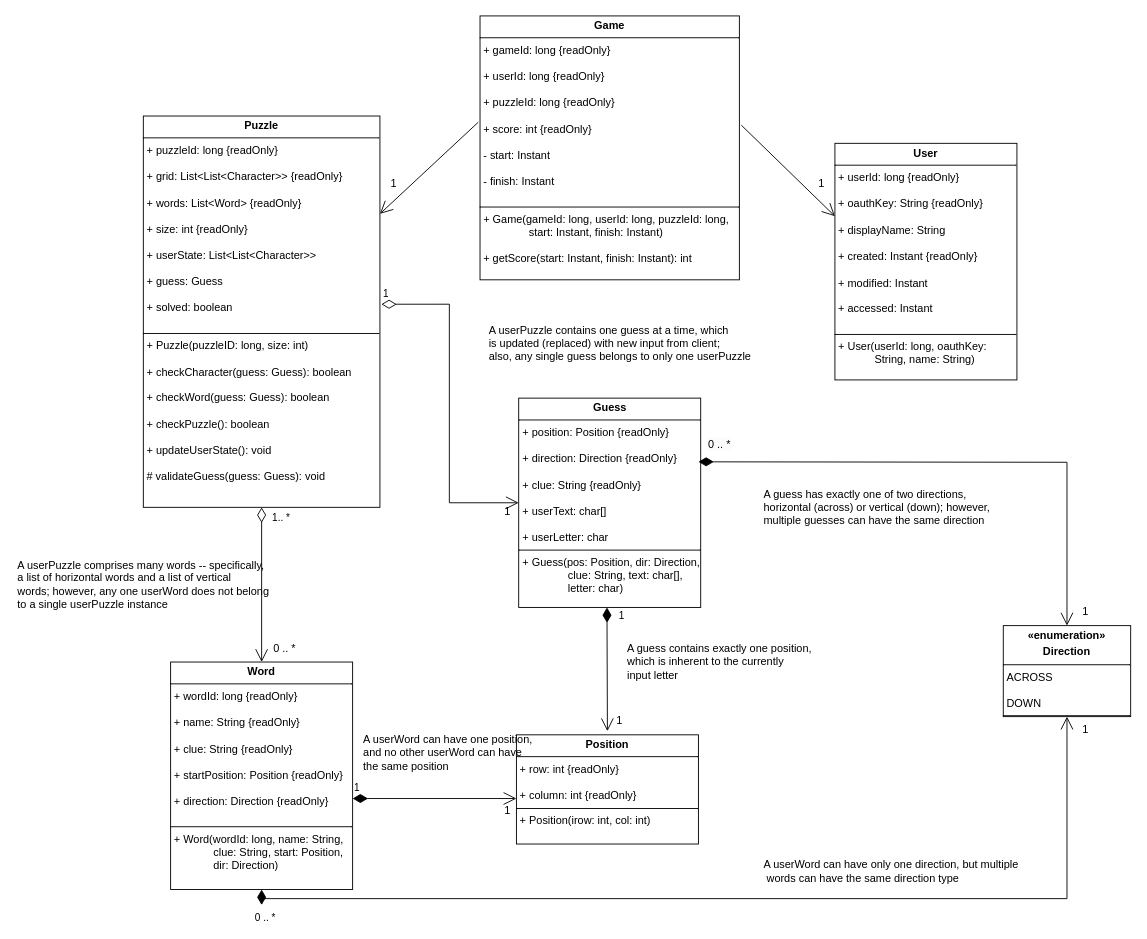
Above: docs/work/CrossFyre-UML.drawio in ddc-java-21/crossfyre (draw.io), before the change. Source tidied: cells renumbered, new cells numbered last; positions are measured from the earlier drawing's top-left corner, leaving out a move shared by most shapes. Both pictures are drawn from the tidied source at 91%, with x=0, y=0 at pixel (15, 15).
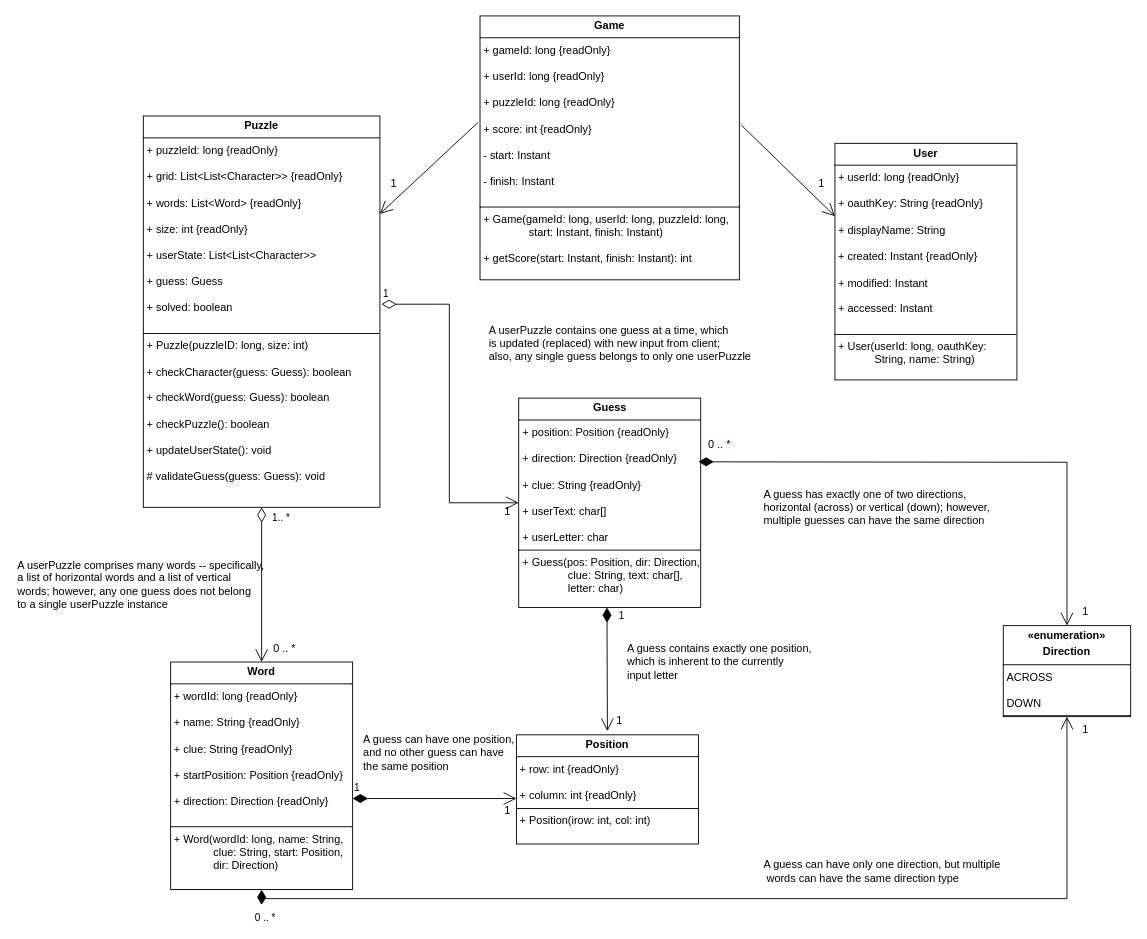
After the change.

What changed in the source:
```diff
@@
-    <mxCell id="19" value="A userPuzzle comprises many words -- specifically,&lt;div&gt;a list of horizontal words and a list of vertical&lt;/div&gt;&lt;div&gt;words; however, any one userWord does not belong&lt;/div&gt;&lt;div&gt;to a single userPuzzle instance&lt;/div&gt;" style="text;html=1;align=left;verticalAlign=middle;strokeColor=none;fillColor=none;" parent="1" vertex="1">
+    <mxCell id="19" value="A userPuzzle comprises many words -- specifically,&lt;div&gt;a list of horizontal words and a list of vertical&lt;/div&gt;&lt;div&gt;words; however, any one guess does not belong&lt;/div&gt;&lt;div&gt;to a single userPuzzle instance&lt;/div&gt;" style="text;html=1;align=left;verticalAlign=middle;strokeColor=none;fillColor=none;" parent="1" vertex="1">
       <mxGeometry y="590" width="270" height="70" as="geometry" />
     </mxCell>
@@
-    <mxCell id="24" value="A userWord can have only one direction, but multiple&lt;div&gt;&amp;nbsp;words can have the same direction type&lt;/div&gt;" style="text;html=1;align=left;verticalAlign=middle;strokeColor=none;fillColor=none;" parent="1" vertex="1">
+    <mxCell id="24" value="A guess can have only one direction, but multiple&lt;div&gt;&amp;nbsp;words can have the same direction type&lt;/div&gt;" style="text;html=1;align=left;verticalAlign=middle;strokeColor=none;fillColor=none;" parent="1" vertex="1">
       <mxGeometry x="820" y="920" width="280" height="40" as="geometry" />
     </mxCell>
@@
-    <mxCell id="26" value="A userWord can have one position,&amp;nbsp;&lt;div&gt;and&amp;nbsp;&lt;span style=&quot;background-color: transparent; color: light-dark(rgb(0, 0, 0), rgb(255, 255, 255));&quot;&gt;no other userWord can have&amp;nbsp;&lt;/span&gt;&lt;/div&gt;&lt;div&gt;&lt;span style=&quot;background-color: transparent; color: light-dark(rgb(0, 0, 0), rgb(255, 255, 255));&quot;&gt;the same&amp;nbsp;&lt;/span&gt;&lt;span style=&quot;background-color: transparent; color: light-dark(rgb(0, 0, 0), rgb(255, 255, 255));&quot;&gt;position&lt;/span&gt;&lt;/div&gt;" style="text;html=1;align=left;verticalAlign=middle;strokeColor=none;fillColor=none;" parent="1" vertex="1">
+    <mxCell id="26" value="A guess can have one position,&amp;nbsp;&lt;div&gt;and&amp;nbsp;&lt;span style=&quot;background-color: transparent; color: light-dark(rgb(0, 0, 0), rgb(255, 255, 255));&quot;&gt;no other guess can have&amp;nbsp;&lt;/span&gt;&lt;/div&gt;&lt;div&gt;&lt;span style=&quot;background-color: transparent; color: light-dark(rgb(0, 0, 0), rgb(255, 255, 255));&quot;&gt;the same&amp;nbsp;&lt;/span&gt;&lt;span style=&quot;background-color: transparent; color: light-dark(rgb(0, 0, 0), rgb(255, 255, 255));&quot;&gt;position&lt;/span&gt;&lt;/div&gt;" style="text;html=1;align=left;verticalAlign=middle;strokeColor=none;fillColor=none;" parent="1" vertex="1">
       <mxGeometry x="380" y="780" width="190" height="60" as="geometry" />
     </mxCell>
```
